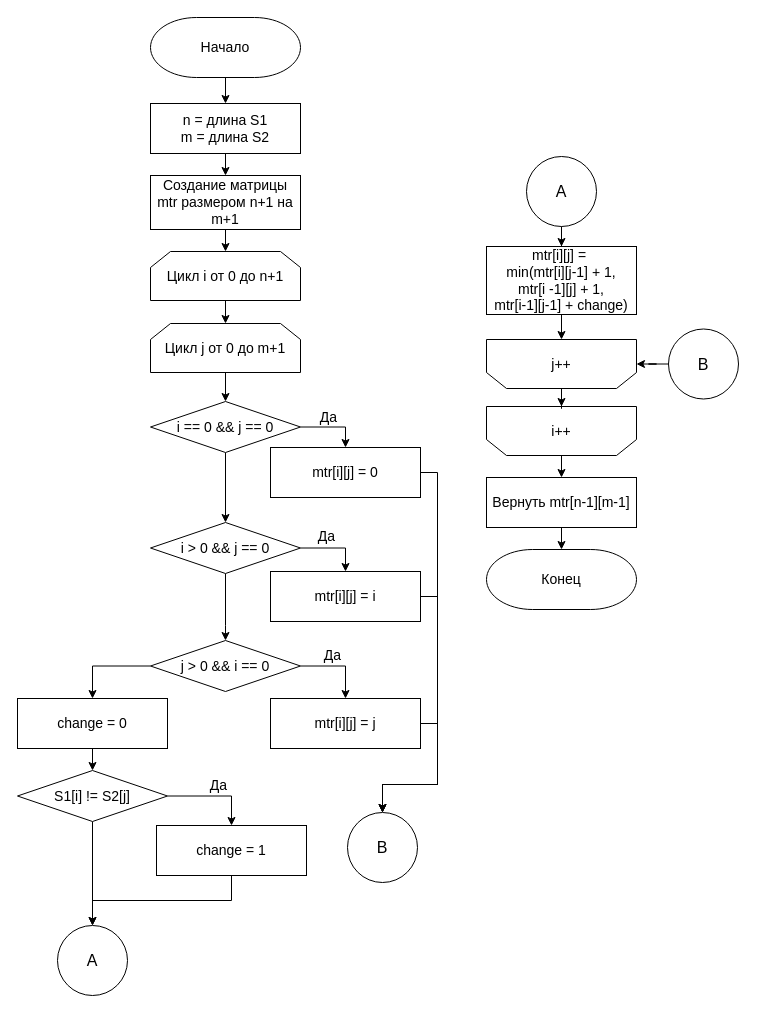
Above: page "Л. нерекурсивная" (1 of 5) of lab_01/docs/img/algoritms.drawio in Mansurow/bmstu-iu7-5sem-AA (draw.io), before the change. Source tidied: cells renumbered, new cells numbered last; positions are measured from the earlier drawing's top-left corner, leaving out a move shared by most shapes. Both pictures are drawn from the tidied source at 100%, with x=0, y=0 at pixel (17, 17).
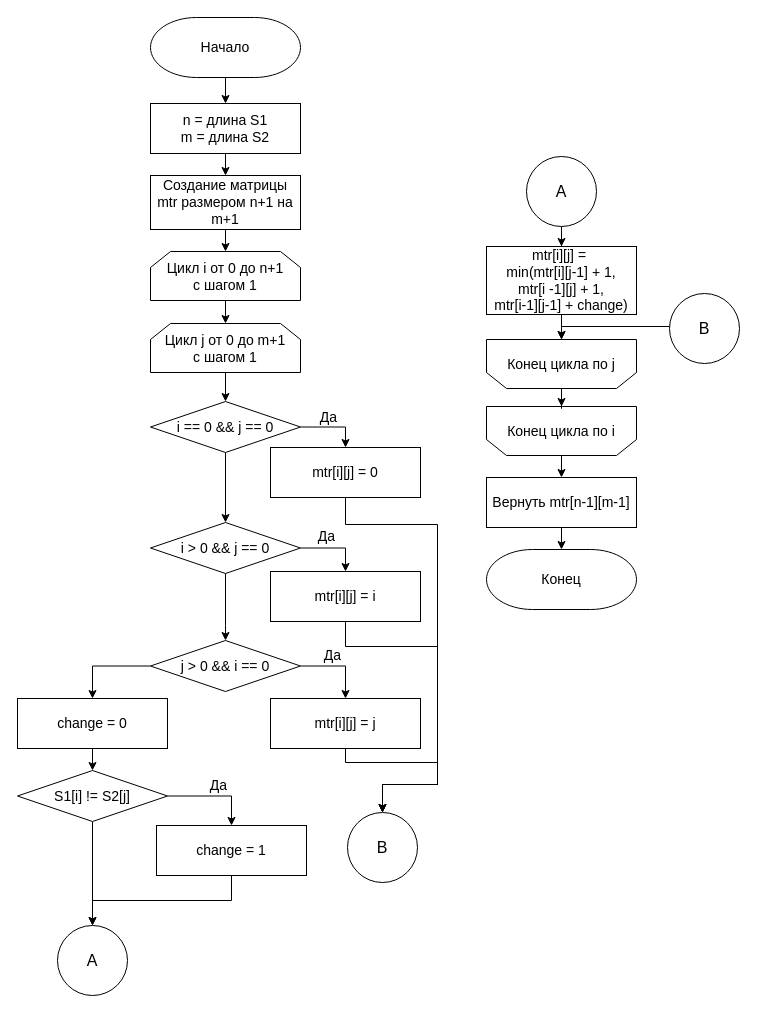
The same page after the edit.

Unchanged cells that the change refers to:
```xml
<mxCell id="13" value="&lt;font style=&quot;font-size: 14px;&quot;&gt;mtr[i][j] = 0&lt;/font&gt;" style="rounded=0;whiteSpace=wrap;html=1;absoluteArcSize=1;arcSize=14;strokeWidth=1;" parent="1" vertex="1">
  <mxGeometry x="253" y="430" width="150" height="50" as="geometry" />
</mxCell>
<mxCell id="19" value="&lt;font style=&quot;font-size: 14px;&quot;&gt;mtr[i][j] = i&lt;/font&gt;" style="rounded=0;whiteSpace=wrap;html=1;absoluteArcSize=1;arcSize=14;strokeWidth=1;" parent="1" vertex="1">
  <mxGeometry x="253" y="554" width="150" height="50" as="geometry" />
</mxCell>
<mxCell id="25" value="&lt;font style=&quot;font-size: 14px;&quot;&gt;mtr[i][j] = j&lt;/font&gt;" style="rounded=0;whiteSpace=wrap;html=1;absoluteArcSize=1;arcSize=14;strokeWidth=1;" parent="1" vertex="1">
  <mxGeometry x="253" y="681" width="150" height="50" as="geometry" />
</mxCell>
<mxCell id="40" value="&lt;font style=&quot;font-size: 16px;&quot;&gt;B&lt;/font&gt;" style="strokeWidth=1;html=1;shape=mxgraph.flowchart.start_2;whiteSpace=wrap;rounded=0;strokeColor=default;fontSize=12;" parent="1" vertex="1">
  <mxGeometry x="330" y="795" width="70" height="70" as="geometry" />
</mxCell>
```

What changed in the source:
```diff
@@
-    <mxCell id="12" style="edgeStyle=orthogonalEdgeStyle;rounded=0;jettySize=auto;html=1;exitX=1;exitY=0.5;exitDx=0;exitDy=0;fontSize=16;endArrow=classic;endFill=1;entryX=0.5;entryY=0;entryDx=0;entryDy=0;entryPerimeter=0;" parent="1" edge="1" source="13" target="40">
+    <mxCell id="12" style="edgeStyle=orthogonalEdgeStyle;rounded=0;jettySize=auto;html=1;exitX=0.5;exitY=1;exitDx=0;exitDy=0;fontSize=16;endArrow=classic;endFill=1;entryX=0.5;entryY=0;entryDx=0;entryDy=0;entryPerimeter=0;" parent="1" edge="1" source="13" target="40">
       <mxGeometry relative="1" as="geometry">
         <Array as="points">
-          <mxPoint x="420" y="455" />
+          <mxPoint x="328" y="507" />
+          <mxPoint x="420" y="507" />
           <mxPoint x="420" y="767" />
           <mxPoint x="365" y="767" />
         </Array>
       </mxGeometry>
     </mxCell>
@@
-    <mxCell id="18" style="edgeStyle=orthogonalEdgeStyle;rounded=0;jettySize=auto;html=1;exitX=1;exitY=0.5;exitDx=0;exitDy=0;fontSize=16;endArrow=classic;endFill=1;" parent="1" edge="1" source="19" target="40">
+    <mxCell id="18" style="edgeStyle=orthogonalEdgeStyle;rounded=0;jettySize=auto;html=1;exitX=0.5;exitY=1;exitDx=0;exitDy=0;fontSize=16;endArrow=classic;endFill=1;" parent="1" edge="1" source="19" target="40">
       <mxGeometry relative="1" as="geometry">
         <Array as="points">
-          <mxPoint x="420" y="579" />
+          <mxPoint x="328" y="629" />
+          <mxPoint x="420" y="629" />
           <mxPoint x="420" y="767" />
           <mxPoint x="365" y="767" />
         </Array>
       </mxGeometry>
     </mxCell>
@@
-    <mxCell id="24" style="edgeStyle=orthogonalEdgeStyle;rounded=0;jettySize=auto;html=1;exitX=1;exitY=0.5;exitDx=0;exitDy=0;entryX=0.5;entryY=0;entryDx=0;entryDy=0;entryPerimeter=0;fontSize=16;endArrow=classic;endFill=1;" parent="1" edge="1" source="25" target="40">
+    <mxCell id="24" style="edgeStyle=orthogonalEdgeStyle;rounded=0;jettySize=auto;html=1;exitX=0.5;exitY=1;exitDx=0;exitDy=0;entryX=0.5;entryY=0;entryDx=0;entryDy=0;entryPerimeter=0;fontSize=16;endArrow=classic;endFill=1;" parent="1" edge="1" source="25" target="40">
       <mxGeometry relative="1" as="geometry">
         <Array as="points">
-          <mxPoint x="420" y="706" />
+          <mxPoint x="328" y="745" />
+          <mxPoint x="420" y="745" />
           <mxPoint x="420" y="767" />
           <mxPoint x="365" y="767" />
         </Array>
       </mxGeometry>
     </mxCell>
@@
-    <mxCell id="38" style="edgeStyle=orthogonalEdgeStyle;rounded=0;jettySize=auto;html=1;" parent="1" edge="1" source="39" target="51">
-      <mxGeometry relative="1" as="geometry" />
+    <mxCell id="38" style="edgeStyle=orthogonalEdgeStyle;rounded=0;jettySize=auto;html=1;entryX=0.5;entryY=0;entryDx=0;entryDy=0;" parent="1" edge="1" source="39" target="51">
+      <mxGeometry relative="1" as="geometry">
+        <Array as="points">
+          <mxPoint x="544" y="309" />
+        </Array>
+      </mxGeometry>
     </mxCell>
     <mxCell id="39" value="&lt;font style=&quot;font-size: 16px;&quot;&gt;B&lt;/font&gt;" style="strokeWidth=1;html=1;shape=mxgraph.flowchart.start_2;whiteSpace=wrap;rounded=0;strokeColor=default;fontSize=12;" parent="1" vertex="1">
-      <mxGeometry x="651" y="311.5" width="70" height="70" as="geometry" />
+      <mxGeometry x="652" y="276" width="70" height="70" as="geometry" />
     </mxCell>
@@
-    <mxCell id="45" value="&lt;font style=&quot;font-size: 14px;&quot;&gt;Цикл i от 0 до n+1&lt;/font&gt;" style="shape=loopLimit;whiteSpace=wrap;html=1;" parent="1" vertex="1">
+    <mxCell id="45" value="&lt;font style=&quot;font-size: 14px;&quot;&gt;Цикл i от 0 до n+1&lt;br&gt;с шагом 1&lt;/font&gt;" style="shape=loopLimit;whiteSpace=wrap;html=1;" parent="1" vertex="1">
       <mxGeometry x="133" y="234" width="150" height="49" as="geometry" />
     </mxCell>
@@
-    <mxCell id="47" value="&lt;font style=&quot;font-size: 14px;&quot;&gt;Цикл j от 0 до m+1&lt;/font&gt;" style="shape=loopLimit;whiteSpace=wrap;html=1;" parent="1" vertex="1">
+    <mxCell id="47" value="&lt;font style=&quot;font-size: 14px;&quot;&gt;Цикл j от 0 до m+1&lt;br&gt;c шагом 1&lt;/font&gt;" style="shape=loopLimit;whiteSpace=wrap;html=1;" parent="1" vertex="1">
       <mxGeometry x="133" y="306" width="150" height="49" as="geometry" />
     </mxCell>
@@
-    <mxCell id="49" value="&lt;font style=&quot;font-size: 14px;&quot;&gt;i++&lt;/font&gt;" style="shape=loopLimit;whiteSpace=wrap;html=1;flipV=1;" parent="1" vertex="1">
+    <mxCell id="49" value="&lt;span style=&quot;font-size: 14px;&quot;&gt;Конец цикла по i&lt;/span&gt;" style="shape=loopLimit;whiteSpace=wrap;html=1;flipV=1;" parent="1" vertex="1">
       <mxGeometry x="469" y="389" width="150" height="49" as="geometry" />
     </mxCell>
@@
-    <mxCell id="51" value="&lt;font style=&quot;font-size: 14px;&quot;&gt;j++&lt;/font&gt;" style="shape=loopLimit;whiteSpace=wrap;html=1;flipV=1;" parent="1" vertex="1">
+    <mxCell id="51" value="&lt;span style=&quot;font-size: 14px;&quot;&gt;Конец цикла по j&lt;/span&gt;" style="shape=loopLimit;whiteSpace=wrap;html=1;flipV=1;" parent="1" vertex="1">
       <mxGeometry x="469" y="322" width="150" height="49" as="geometry" />
     </mxCell>
```
